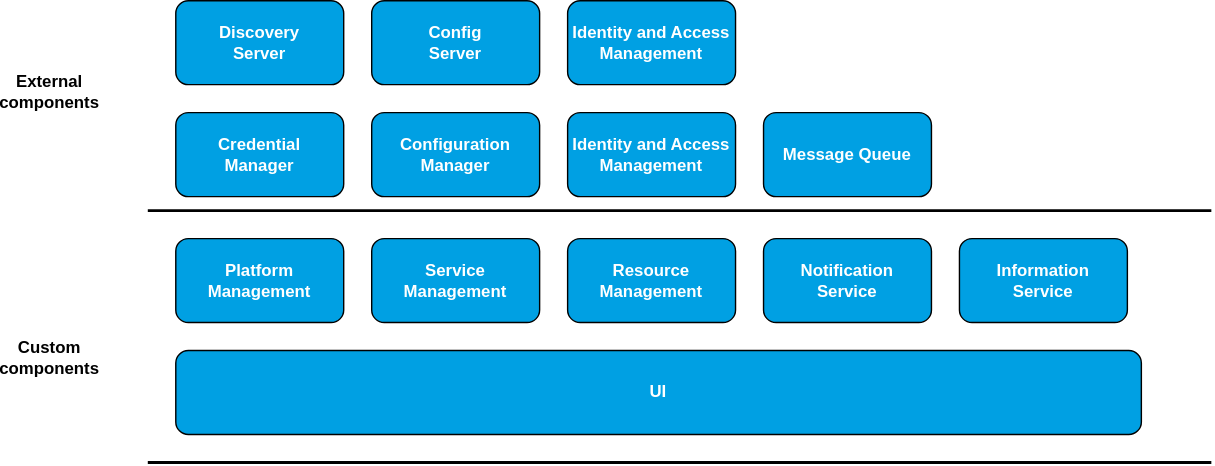
Before: img/figures/architecture.svg, a diagram exported from draw.io (eclipse-slm/slm). Source tidied: cells renumbered, new cells last; positions are measured from the earlier drawing's top-left corner, leaving out a move shared by most shapes.
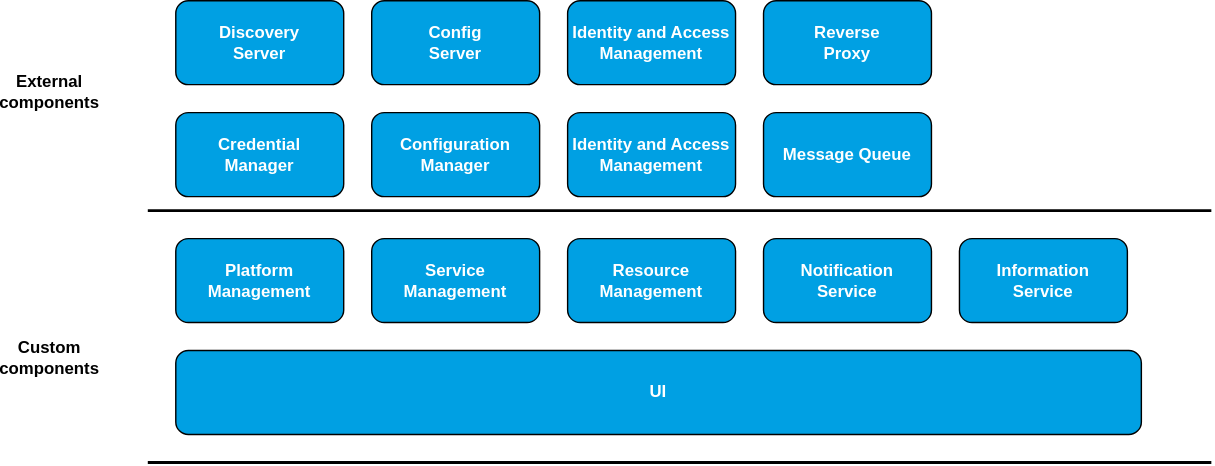
After the commit.

What changed in the source:
```diff
@@ -59,5 +59,8 @@
     <mxCell id="18" value="Custom&lt;br&gt;components" style="text;html=1;align=center;verticalAlign=middle;whiteSpace=wrap;rounded=0;fontStyle=1;" parent="1" vertex="1">
       <mxGeometry y="240" width="60" height="30" as="geometry" />
     </mxCell>
+    <mxCell id="19" value="Reverse &lt;br&gt;Proxy" style="rounded=1;whiteSpace=wrap;html=1;fillColor=#00a0e3;fontColor=#ffffff;fontStyle=1;" parent="1" vertex="1">
+      <mxGeometry x="540" width="120" height="60" as="geometry" />
+    </mxCell>
   </root>
 </mxGraphModel>
```
